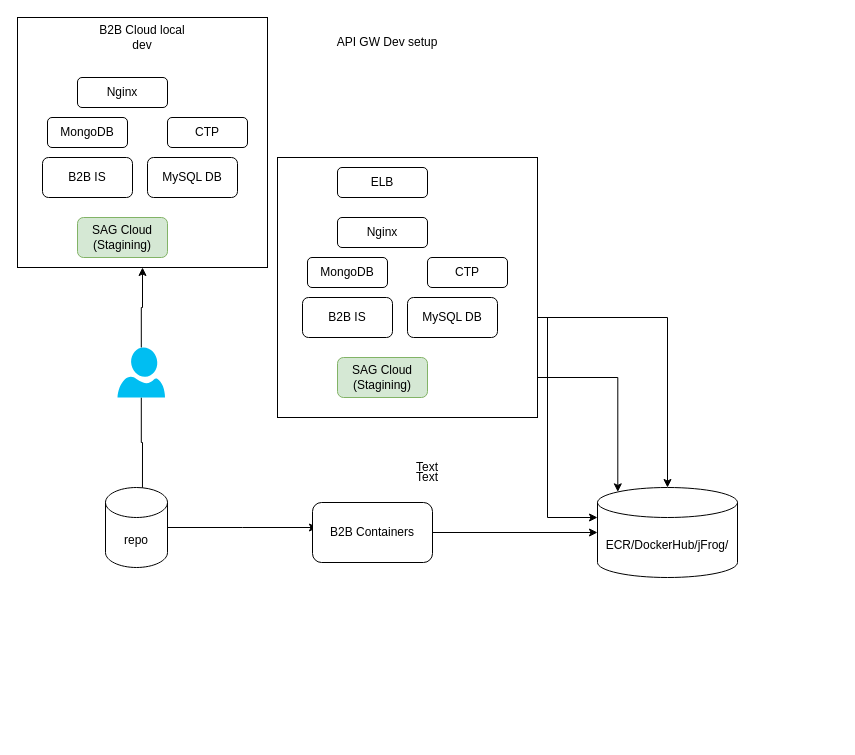
This is b2b devaws.drawio from vkothamasu/drawio, a draw.io file, before an edit. Source tidied: cells renumbered, new cells numbered last; positions are measured from the earlier drawing's top-left corner, leaving out a move shared by most shapes. Both pictures are drawn from the tidied source at 100%, with x=0, y=0 at pixel (17, 17).
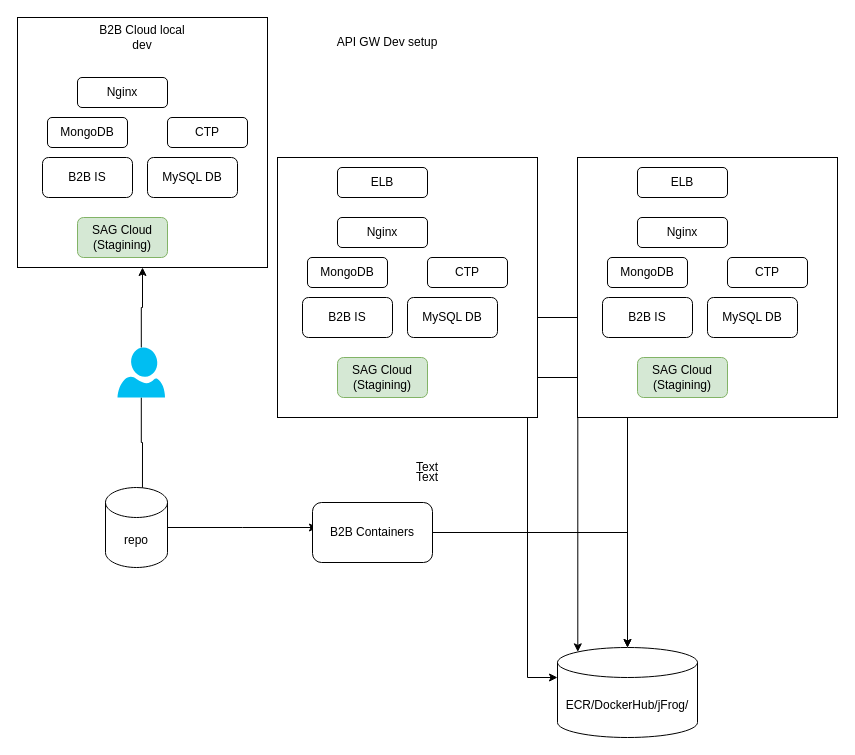
The same page after the edit.

The change refers to these unchanged cells:
```xml
<mxCell id="16" style="whiteSpace=wrap;html=1;" parent="15" vertex="1">
  <mxGeometry width="260" height="260" as="geometry" />
</mxCell>
<mxCell id="19" value="B2B IS" style="rounded=1;whiteSpace=wrap;html=1;" parent="15" vertex="1">
  <mxGeometry x="25" y="140" width="90" height="40" as="geometry" />
</mxCell>
```

What changed in the source:
```diff
@@
     <mxCell id="9" value="ECR/DockerHub/jFrog/" style="shape=cylinder3;whiteSpace=wrap;html=1;boundedLbl=1;backgroundOutline=1;size=15;" parent="1" vertex="1">
-      <mxGeometry x="580" y="470" width="140" height="90" as="geometry" />
+      <mxGeometry x="540" y="630" width="140" height="90" as="geometry" />
     </mxCell>
-    <mxCell id="10" style="edgeStyle=orthogonalEdgeStyle;rounded=0;jettySize=auto;html=1;" parent="1" edge="1" source="19" target="9">
-      <mxGeometry relative="1" as="geometry" />
+    <mxCell id="10" style="edgeStyle=orthogonalEdgeStyle;rounded=0;jettySize=auto;html=1;" parent="1" edge="1" source="16" target="9">
+      <mxGeometry relative="1" as="geometry">
+        <Array as="points">
+          <mxPoint x="610" y="300" />
+        </Array>
+      </mxGeometry>
     </mxCell>
@@
+    <mxCell id="35" style="group;" parent="1" vertex="1">
+      <mxGeometry x="560" y="140" width="260" height="260" as="geometry" />
+    </mxCell>
+    <mxCell id="36" style="whiteSpace=wrap;html=1;" parent="35" vertex="1">
+      <mxGeometry width="260" height="260" as="geometry" />
+    </mxCell>
+    <mxCell id="37" value="ELB" style="rounded=1;whiteSpace=wrap;html=1;" parent="35" vertex="1">
+      <mxGeometry x="60" y="10" width="90" height="30" as="geometry" />
+    </mxCell>
+    <mxCell id="38" value="Nginx" style="rounded=1;whiteSpace=wrap;html=1;" parent="35" vertex="1">
+      <mxGeometry x="60" y="60" width="90" height="30" as="geometry" />
+    </mxCell>
+    <mxCell id="39" value="B2B IS" style="rounded=1;whiteSpace=wrap;html=1;" parent="35" vertex="1">
+      <mxGeometry x="25" y="140" width="90" height="40" as="geometry" />
+    </mxCell>
+    <mxCell id="40" value="MySQL DB" style="rounded=1;whiteSpace=wrap;html=1;" parent="35" vertex="1">
+      <mxGeometry x="130" y="140" width="90" height="40" as="geometry" />
+    </mxCell>
+    <mxCell id="41" value="SAG Cloud (Stagining)" style="rounded=1;whiteSpace=wrap;html=1;fillColor=#d5e8d4;strokeColor=#82b366;" parent="35" vertex="1">
+      <mxGeometry x="60" y="200" width="90" height="40" as="geometry" />
+    </mxCell>
+    <mxCell id="42" value="CTP" style="rounded=1;whiteSpace=wrap;html=1;" parent="35" vertex="1">
+      <mxGeometry x="150" y="100" width="80" height="30" as="geometry" />
+    </mxCell>
+    <mxCell id="43" value="MongoDB" style="rounded=1;whiteSpace=wrap;html=1;" parent="35" vertex="1">
+      <mxGeometry x="30" y="100" width="80" height="30" as="geometry" />
+    </mxCell>
```
